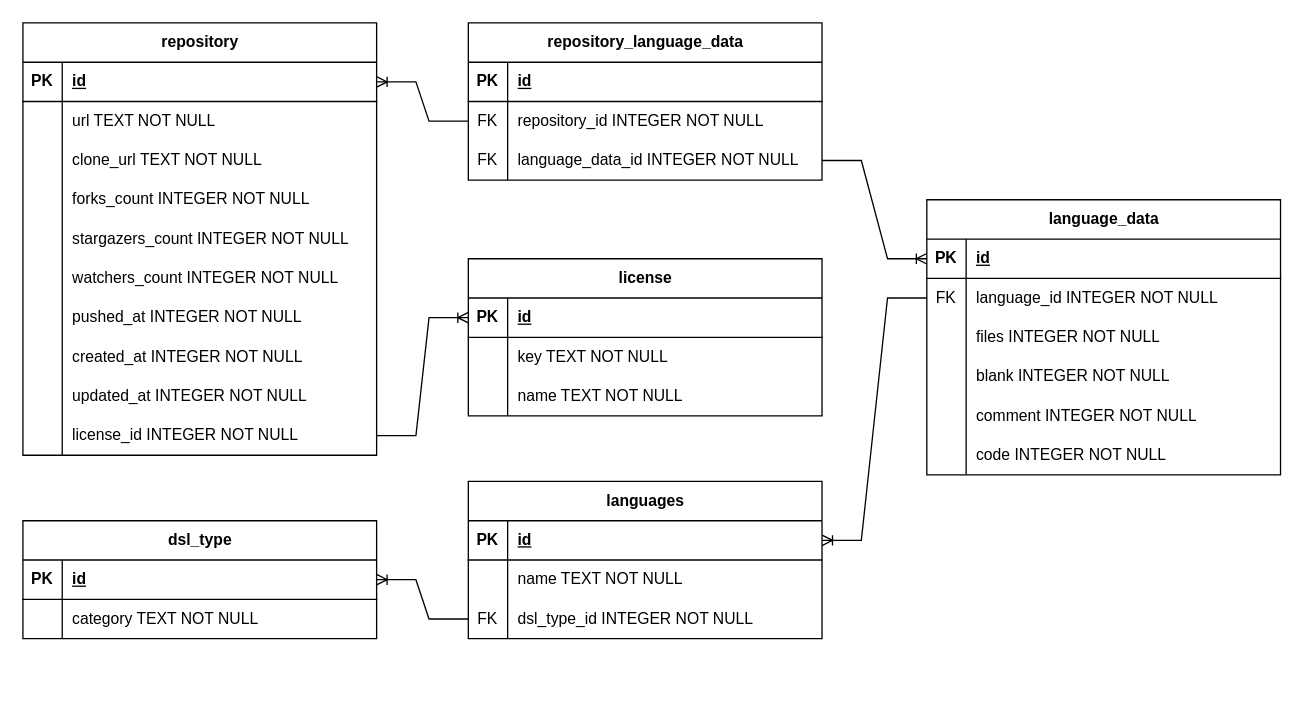
The draw.io diagram connector/db_schema/db.drawio in aVorotnikov/dsl_analyzer, before the edit. Source tidied: cells renumbered, new cells numbered last; positions are measured from the earlier drawing's top-left corner, leaving out a move shared by most shapes. Both pictures are drawn from the tidied source at 131%, with x=0, y=0 at pixel (22, 22).
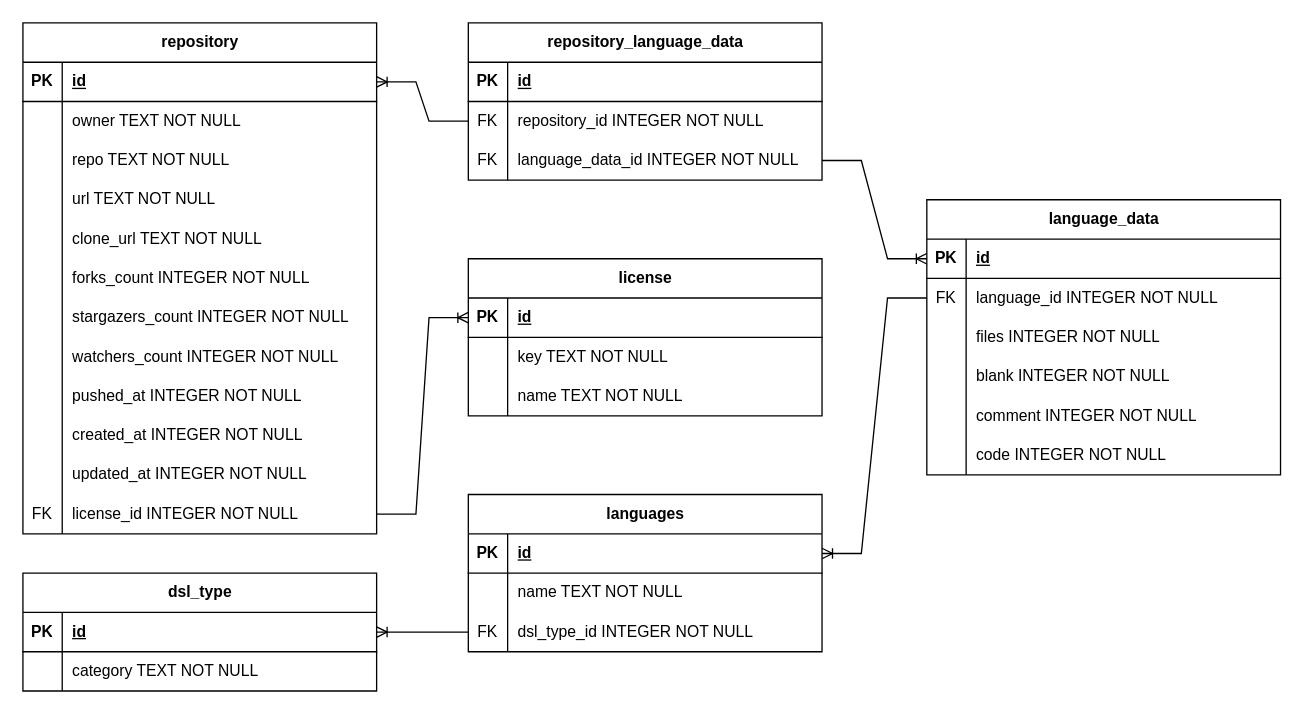
The same page after the edit.

Diff of the diagram source:
```diff
@@
     <mxCell id="2" value="dsl_type" style="shape=table;startSize=30;childLayout=tableLayout;rowLines=0;fontStyle=1;align=center;html=1;" parent="1" vertex="1">
-      <mxGeometry y="380" width="270" height="90" as="geometry" />
+      <mxGeometry y="420" width="270" height="90" as="geometry" />
     </mxCell>
@@
     <mxCell id="9" value="languages" style="shape=table;startSize=30;childLayout=tableLayout;rowLines=0;fontStyle=1;align=center;html=1;" parent="1" vertex="1">
-      <mxGeometry x="340" y="350" width="270" height="120" as="geometry" />
+      <mxGeometry x="340" y="360" width="270" height="120" as="geometry" />
     </mxCell>
@@
     <mxCell id="40" value="repository" style="shape=table;startSize=30;childLayout=tableLayout;rowLines=0;fontStyle=1;align=center;html=1;" parent="1" vertex="1">
-      <mxGeometry width="270" height="330" as="geometry" />
+      <mxGeometry width="270" height="390" as="geometry" />
     </mxCell>
@@
+    <mxCell id="94" style="shape=tableRow;horizontal=0;startSize=0;swimlaneHead=0;swimlaneBody=0;fillColor=none;top=0;left=0;right=0;bottom=0;" parent="40" vertex="1">
+      <mxGeometry y="60" width="270" height="30" as="geometry" />
+    </mxCell>
+    <mxCell id="95" style="shape=partialRectangle;fillColor=none;top=0;left=0;bottom=0;right=0;overflow=hidden;whiteSpace=wrap;html=1;" parent="94" vertex="1">
+      <mxGeometry width="30" height="30" as="geometry" />
+    </mxCell>
+    <mxCell id="96" value="owner TEXT NOT NULL" style="shape=partialRectangle;fillColor=none;top=0;left=0;bottom=0;right=0;align=left;spacingLeft=6;overflow=hidden;whiteSpace=wrap;html=1;" parent="94" vertex="1">
+      <mxGeometry x="30" width="240" height="30" as="geometry" />
+    </mxCell>
+    <mxCell id="97" style="shape=tableRow;horizontal=0;startSize=0;swimlaneHead=0;swimlaneBody=0;fillColor=none;top=0;left=0;right=0;bottom=0;" parent="40" vertex="1">
+      <mxGeometry y="90" width="270" height="30" as="geometry" />
+    </mxCell>
+    <mxCell id="98" style="shape=partialRectangle;fillColor=none;top=0;left=0;bottom=0;right=0;overflow=hidden;whiteSpace=wrap;html=1;" parent="97" vertex="1">
+      <mxGeometry width="30" height="30" as="geometry" />
+    </mxCell>
+    <mxCell id="99" value="repo TEXT NOT NULL" style="shape=partialRectangle;fillColor=none;top=0;left=0;bottom=0;right=0;align=left;spacingLeft=6;overflow=hidden;whiteSpace=wrap;html=1;" parent="97" vertex="1">
+      <mxGeometry x="30" width="240" height="30" as="geometry" />
+    </mxCell>
     <mxCell id="44" style="shape=tableRow;horizontal=0;startSize=0;swimlaneHead=0;swimlaneBody=0;fillColor=none;top=0;left=0;right=0;bottom=0;" parent="40" vertex="1">
-      <mxGeometry y="60" width="270" height="30" as="geometry" />
+      <mxGeometry y="120" width="270" height="30" as="geometry" />
     </mxCell>
@@
     <mxCell id="47" style="shape=tableRow;horizontal=0;startSize=0;swimlaneHead=0;swimlaneBody=0;fillColor=none;top=0;left=0;right=0;bottom=0;" parent="40" vertex="1">
-      <mxGeometry y="90" width="270" height="30" as="geometry" />
+      <mxGeometry y="150" width="270" height="30" as="geometry" />
     </mxCell>
@@
     <mxCell id="50" style="shape=tableRow;horizontal=0;startSize=0;swimlaneHead=0;swimlaneBody=0;fillColor=none;top=0;left=0;right=0;bottom=0;" parent="40" vertex="1">
-      <mxGeometry y="120" width="270" height="30" as="geometry" />
+      <mxGeometry y="180" width="270" height="30" as="geometry" />
     </mxCell>
@@
     <mxCell id="53" style="shape=tableRow;horizontal=0;startSize=0;swimlaneHead=0;swimlaneBody=0;fillColor=none;top=0;left=0;right=0;bottom=0;" parent="40" vertex="1">
-      <mxGeometry y="150" width="270" height="30" as="geometry" />
+      <mxGeometry y="210" width="270" height="30" as="geometry" />
     </mxCell>
@@
     <mxCell id="56" style="shape=tableRow;horizontal=0;startSize=0;swimlaneHead=0;swimlaneBody=0;fillColor=none;top=0;left=0;right=0;bottom=0;" parent="40" vertex="1">
-      <mxGeometry y="180" width="270" height="30" as="geometry" />
+      <mxGeometry y="240" width="270" height="30" as="geometry" />
     </mxCell>
@@
     <mxCell id="59" style="shape=tableRow;horizontal=0;startSize=0;swimlaneHead=0;swimlaneBody=0;fillColor=none;top=0;left=0;right=0;bottom=0;" parent="40" vertex="1">
-      <mxGeometry y="210" width="270" height="30" as="geometry" />
+      <mxGeometry y="270" width="270" height="30" as="geometry" />
     </mxCell>
@@
     <mxCell id="62" style="shape=tableRow;horizontal=0;startSize=0;swimlaneHead=0;swimlaneBody=0;fillColor=none;top=0;left=0;right=0;bottom=0;" parent="40" vertex="1">
-      <mxGeometry y="240" width="270" height="30" as="geometry" />
+      <mxGeometry y="300" width="270" height="30" as="geometry" />
     </mxCell>
@@
     <mxCell id="65" style="shape=tableRow;horizontal=0;startSize=0;swimlaneHead=0;swimlaneBody=0;fillColor=none;top=0;left=0;right=0;bottom=0;" parent="40" vertex="1">
-      <mxGeometry y="270" width="270" height="30" as="geometry" />
+      <mxGeometry y="330" width="270" height="30" as="geometry" />
     </mxCell>
@@
     <mxCell id="68" style="shape=tableRow;horizontal=0;startSize=0;swimlaneHead=0;swimlaneBody=0;fillColor=none;points=[[0,0.5],[1,0.5]];portConstraint=eastwest;top=0;left=0;right=0;bottom=0;" parent="40" vertex="1">
-      <mxGeometry y="300" width="270" height="30" as="geometry" />
+      <mxGeometry y="360" width="270" height="30" as="geometry" />
     </mxCell>
-    <mxCell id="69" style="shape=partialRectangle;fillColor=none;top=0;left=0;bottom=0;right=0;overflow=hidden;whiteSpace=wrap;html=1;" parent="68" vertex="1">
+    <mxCell id="69" value="FK" style="shape=partialRectangle;fillColor=none;top=0;left=0;bottom=0;right=0;overflow=hidden;whiteSpace=wrap;html=1;" parent="68" vertex="1">
       <mxGeometry width="30" height="30" as="geometry" />
     </mxCell>
```
